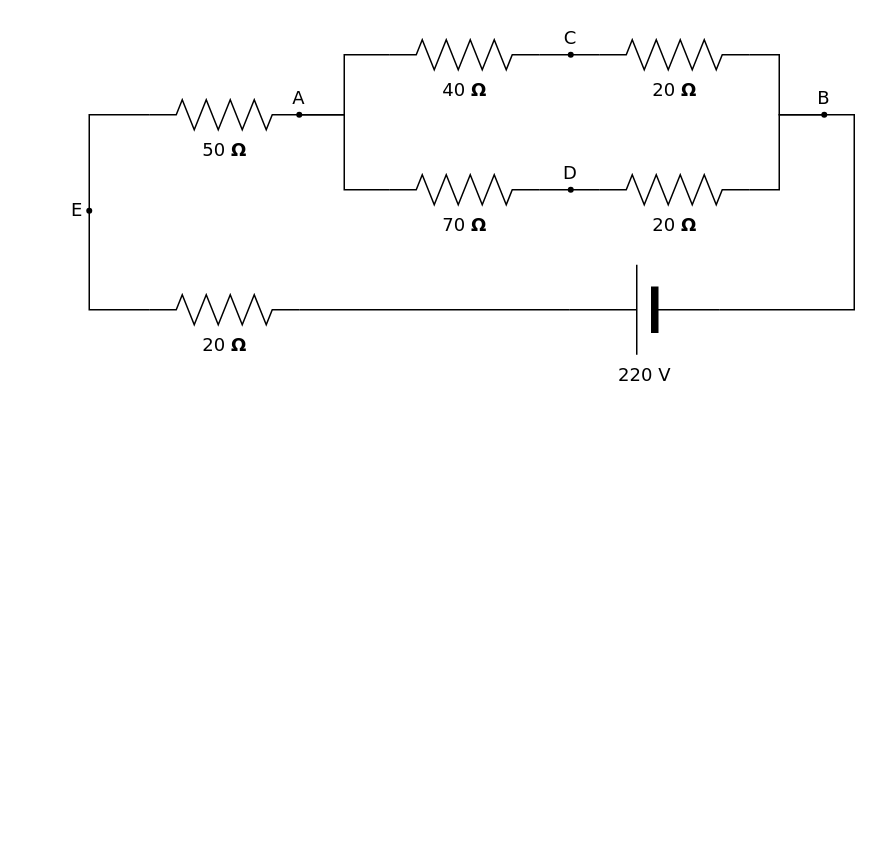
Above: documentation/test_github.drawio in lucask07/covg_clamp (draw.io), before the change. Source tidied: cells renumbered, new cells numbered last; positions are measured from the earlier drawing's top-left corner, leaving out a move shared by most shapes. Both pictures are drawn from the tidied source at 150%, with x=0, y=0 at pixel (86, 39).
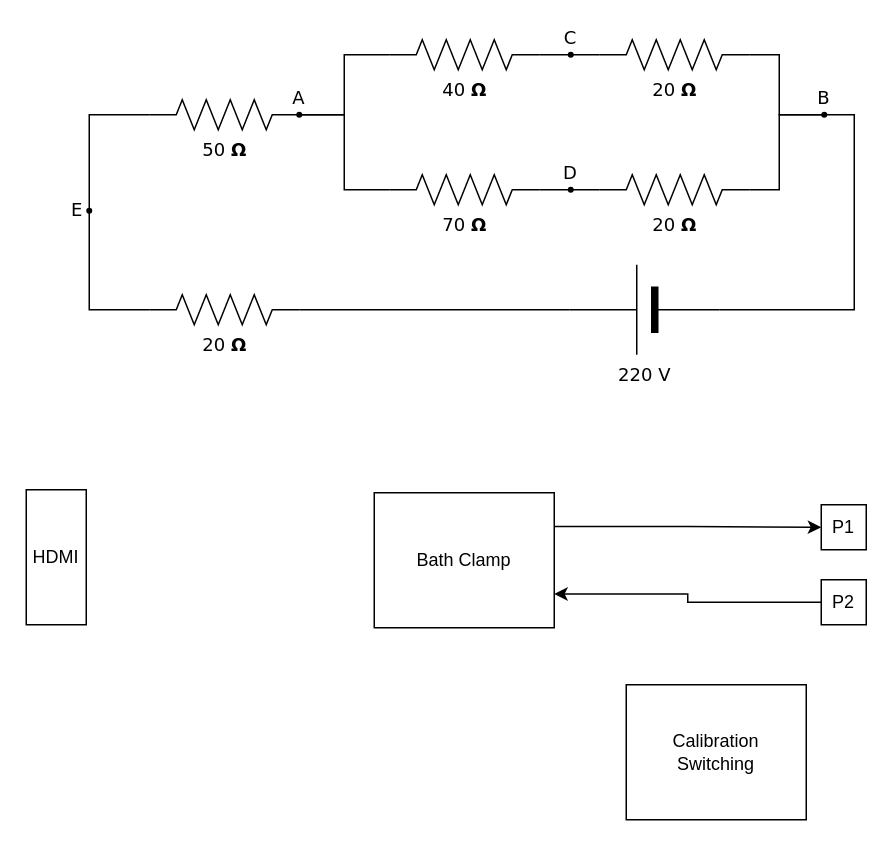
After the change.

Diff of the diagram source:
```diff
@@
+    <mxCell id="23" style="edgeStyle=orthogonalEdgeStyle;rounded=0;jettySize=auto;html=1;exitX=1;exitY=0.25;exitDx=0;exitDy=0;entryX=0;entryY=0.5;entryDx=0;entryDy=0;" parent="1" edge="1" source="24" target="25">
+      <mxGeometry relative="1" as="geometry" />
+    </mxCell>
+    <mxCell id="24" value="Bath Clamp" style="rounded=0;whiteSpace=wrap;html=1;" parent="1" vertex="1">
+      <mxGeometry x="192" y="302" width="120" height="90" as="geometry" />
+    </mxCell>
+    <mxCell id="25" value="P1" style="rounded=0;whiteSpace=wrap;html=1;" parent="1" vertex="1">
+      <mxGeometry x="490" y="310" width="30" height="30" as="geometry" />
+    </mxCell>
+    <mxCell id="26" value="HDMI" style="rounded=0;whiteSpace=wrap;html=1;" parent="1" vertex="1">
+      <mxGeometry x="-40" y="300" width="40" height="90" as="geometry" />
+    </mxCell>
+    <mxCell id="27" style="edgeStyle=orthogonalEdgeStyle;rounded=0;jettySize=auto;html=1;exitX=0;exitY=0.5;exitDx=0;exitDy=0;entryX=1;entryY=0.75;entryDx=0;entryDy=0;" parent="1" edge="1" source="28" target="24">
+      <mxGeometry relative="1" as="geometry" />
+    </mxCell>
+    <mxCell id="28" value="P2" style="rounded=0;whiteSpace=wrap;html=1;" parent="1" vertex="1">
+      <mxGeometry x="490" y="360" width="30" height="30" as="geometry" />
+    </mxCell>
+    <mxCell id="29" value="Calibration&lt;br&gt;Switching" style="rounded=0;whiteSpace=wrap;html=1;" parent="1" vertex="1">
+      <mxGeometry x="360" y="430" width="120" height="90" as="geometry" />
+    </mxCell>
```
